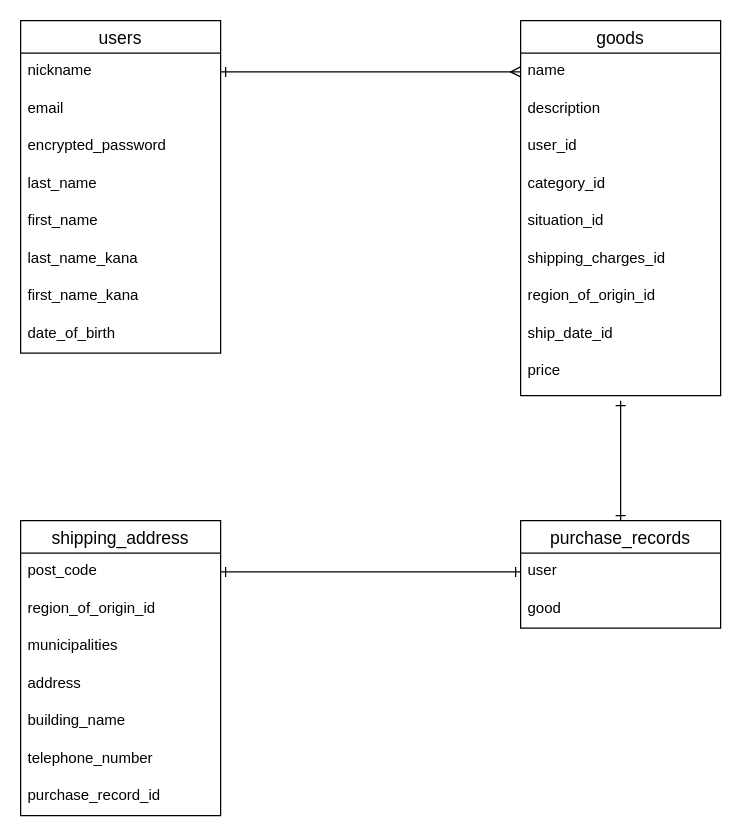
Earlier version of the draw.io diagram ER.dio (maaatsu/furima-39302). Source tidied: cells renumbered, new cells numbered last; positions are measured from the earlier drawing's top-left corner, leaving out a move shared by most shapes. Both pictures are drawn from the tidied source at 125%, with x=0, y=0 at pixel (20, 20).
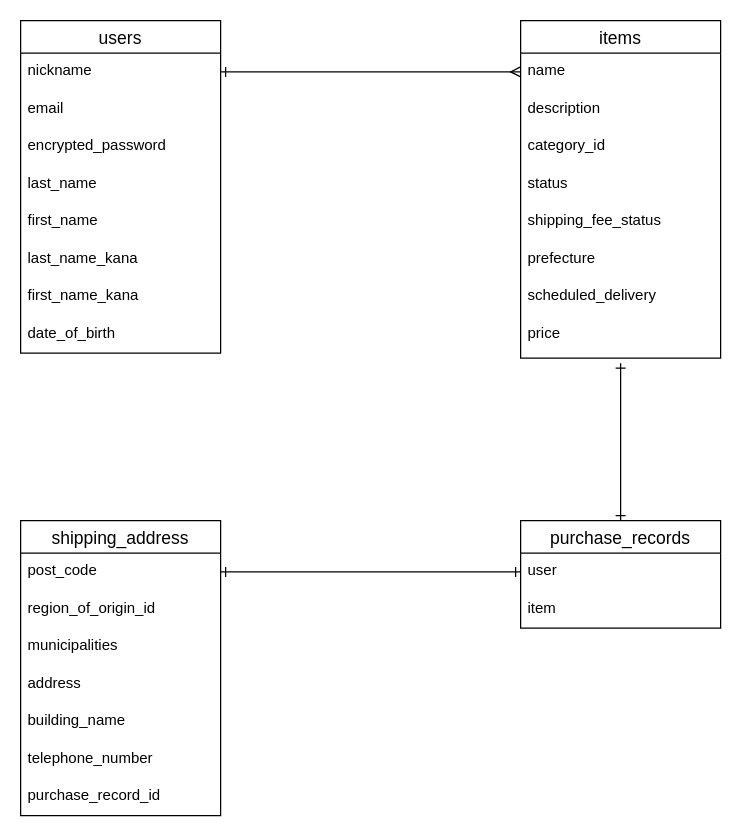
The same page after the edit.

Commit message:
テーブル設計変更

The change refers to these unchanged cells:
```xml
<mxCell id="30" value="purchase_records" style="swimlane;fontStyle=0;horizontal=1;startSize=26;align=center;fontSize=14;" parent="1" vertex="1">
  <mxGeometry x="400" y="400" width="160" height="86" as="geometry" />
</mxCell>
```

What changed in the source:
```diff
@@
-    <mxCell id="11" value="goods" style="swimlane;fontStyle=0;horizontal=1;startSize=26;align=center;fontSize=14;" parent="1" vertex="1">
-      <mxGeometry x="400" width="160" height="300" as="geometry" />
+    <mxCell id="11" value="items" style="swimlane;fontStyle=0;horizontal=1;startSize=26;align=center;fontSize=14;" parent="1" vertex="1">
+      <mxGeometry x="400" width="160" height="270" as="geometry" />
     </mxCell>
@@
-    <mxCell id="14" value="user_id" style="text;strokeColor=none;fillColor=none;spacingLeft=4;spacingRight=4;overflow=hidden;fontSize=12;" parent="11" vertex="1">
-      <mxGeometry y="86" width="160" height="30" as="geometry" />
-    </mxCell>
     <mxCell id="15" value="category_id" style="text;strokeColor=none;fillColor=none;spacingLeft=4;spacingRight=4;overflow=hidden;fontSize=12;" parent="11" vertex="1">
-      <mxGeometry y="116" width="160" height="30" as="geometry" />
+      <mxGeometry y="86" width="160" height="30" as="geometry" />
     </mxCell>
-    <mxCell id="16" value="situation_id" style="text;strokeColor=none;fillColor=none;spacingLeft=4;spacingRight=4;overflow=hidden;fontSize=12;" parent="11" vertex="1">
-      <mxGeometry y="146" width="160" height="30" as="geometry" />
+    <mxCell id="16" value="status" style="text;strokeColor=none;fillColor=none;spacingLeft=4;spacingRight=4;overflow=hidden;fontSize=12;" parent="11" vertex="1">
+      <mxGeometry y="116" width="160" height="30" as="geometry" />
     </mxCell>
-    <mxCell id="17" value="shipping_charges_id" style="text;strokeColor=none;fillColor=none;spacingLeft=4;spacingRight=4;overflow=hidden;fontSize=12;" parent="11" vertex="1">
-      <mxGeometry y="176" width="160" height="30" as="geometry" />
+    <mxCell id="17" value="shipping_fee_status" style="text;strokeColor=none;fillColor=none;spacingLeft=4;spacingRight=4;overflow=hidden;fontSize=12;" parent="11" vertex="1">
+      <mxGeometry y="146" width="160" height="30" as="geometry" />
     </mxCell>
-    <mxCell id="18" value="region_of_origin_id" style="text;strokeColor=none;fillColor=none;spacingLeft=4;spacingRight=4;overflow=hidden;fontSize=12;" parent="11" vertex="1">
-      <mxGeometry y="206" width="160" height="30" as="geometry" />
+    <mxCell id="18" value="prefecture" style="text;strokeColor=none;fillColor=none;spacingLeft=4;spacingRight=4;overflow=hidden;fontSize=12;" parent="11" vertex="1">
+      <mxGeometry y="176" width="160" height="30" as="geometry" />
     </mxCell>
-    <mxCell id="19" value="ship_date_id" style="text;strokeColor=none;fillColor=none;spacingLeft=4;spacingRight=4;overflow=hidden;fontSize=12;" parent="11" vertex="1">
-      <mxGeometry y="236" width="160" height="30" as="geometry" />
+    <mxCell id="19" value="scheduled_delivery" style="text;strokeColor=none;fillColor=none;spacingLeft=4;spacingRight=4;overflow=hidden;fontSize=12;" parent="11" vertex="1">
+      <mxGeometry y="206" width="160" height="30" as="geometry" />
     </mxCell>
     <mxCell id="20" value="price" style="text;strokeColor=none;fillColor=none;spacingLeft=4;spacingRight=4;overflow=hidden;points=[[0,0.5],[1,0.5]];portConstraint=eastwest;fontSize=12;" parent="11" vertex="1">
-      <mxGeometry y="266" width="160" height="34" as="geometry" />
+      <mxGeometry y="236" width="160" height="34" as="geometry" />
     </mxCell>
@@
-    <mxCell id="32" value="good" style="text;strokeColor=none;fillColor=none;spacingLeft=4;spacingRight=4;overflow=hidden;fontSize=12;" parent="30" vertex="1">
+    <mxCell id="32" value="item" style="text;strokeColor=none;fillColor=none;spacingLeft=4;spacingRight=4;overflow=hidden;fontSize=12;" parent="30" vertex="1">
       <mxGeometry y="56" width="160" height="30" as="geometry" />
     </mxCell>
```
